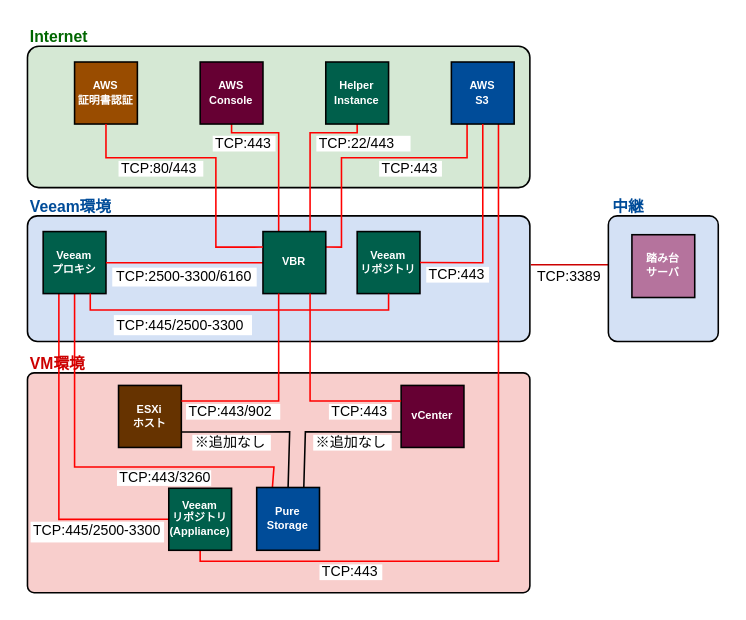
Above: Veeam構成_20241112.drawio in reizo0901/drawio (draw.io), before the change. Source tidied: cells renumbered, new cells numbered last; positions are measured from the earlier drawing's top-left corner, leaving out a move shared by most shapes. Both pictures are drawn from the tidied source at 157%, with x=0, y=0 at pixel (27, 27).
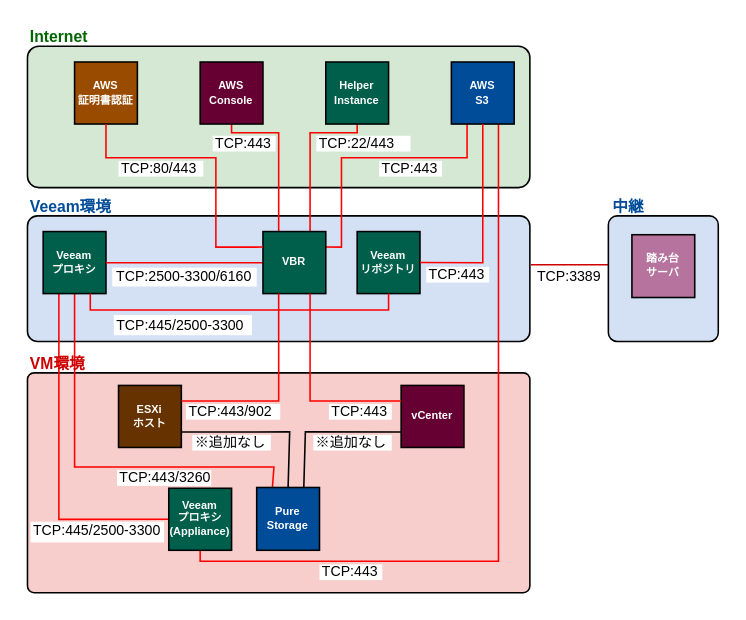
Above is the later version.

Commit message:
Veeam構成_20241112.drawio を更新します

The edit, as a diff of the source:
```diff
@@
-    <mxCell id="18" value="&lt;div&gt;&lt;font color=&quot;#ffffff&quot;&gt;&lt;b&gt;Veeam&lt;/b&gt;&lt;/font&gt;&lt;/div&gt;&lt;div&gt;&lt;font color=&quot;#ffffff&quot;&gt;&lt;b&gt;リポジトリ&lt;/b&gt;&lt;/font&gt;&lt;/div&gt;&lt;div&gt;&lt;font color=&quot;#ffffff&quot;&gt;&lt;b&gt;(Appliance)&lt;/b&gt;&lt;/font&gt;&lt;/div&gt;" style="rounded=0;whiteSpace=wrap;html=1;fillColor=light-dark(#005f4b, #ededed);fontSize=7;strokeWidth=1;strokeColor=default;" parent="1" vertex="1">
+    <mxCell id="18" value="&lt;div&gt;&lt;font color=&quot;#ffffff&quot;&gt;&lt;b&gt;Veeam&lt;/b&gt;&lt;/font&gt;&lt;/div&gt;&lt;div&gt;&lt;font color=&quot;#ffffff&quot;&gt;&lt;b&gt;プロキシ&lt;/b&gt;&lt;/font&gt;&lt;/div&gt;&lt;div&gt;&lt;font color=&quot;#ffffff&quot;&gt;&lt;b&gt;(Appliance)&lt;/b&gt;&lt;/font&gt;&lt;/div&gt;" style="rounded=0;whiteSpace=wrap;html=1;fillColor=light-dark(#005f4b, #ededed);fontSize=7;strokeWidth=1;strokeColor=default;" parent="1" vertex="1">
       <mxGeometry x="90" y="293.5" width="40" height="39.5" as="geometry" />
     </mxCell>
```
